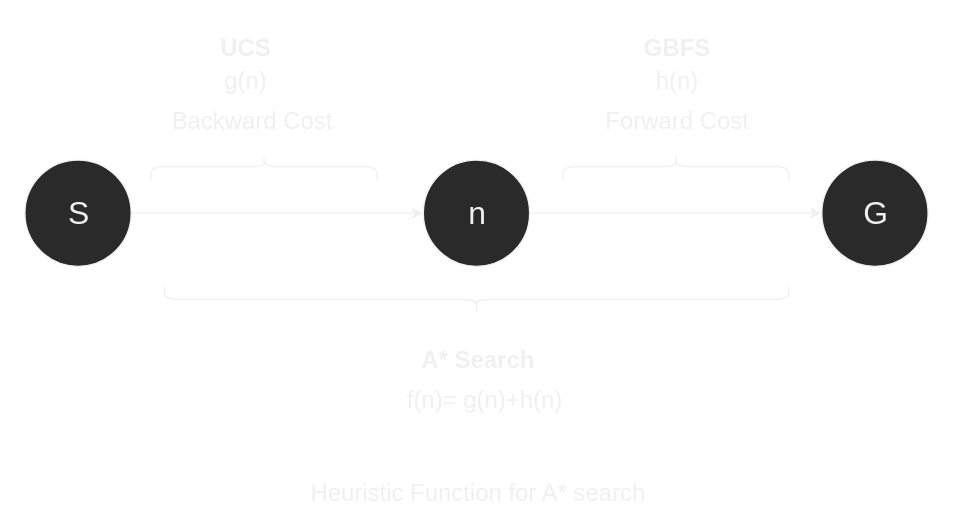
This is Artificial Intelligence/A Star heuristic funciton.svg from Arif-Foysal/obsidian, a draw.io export, as it was before one commit. Source tidied: cells renumbered, new cells last; positions are measured from the earlier drawing's top-left corner, leaving out a move shared by most shapes.
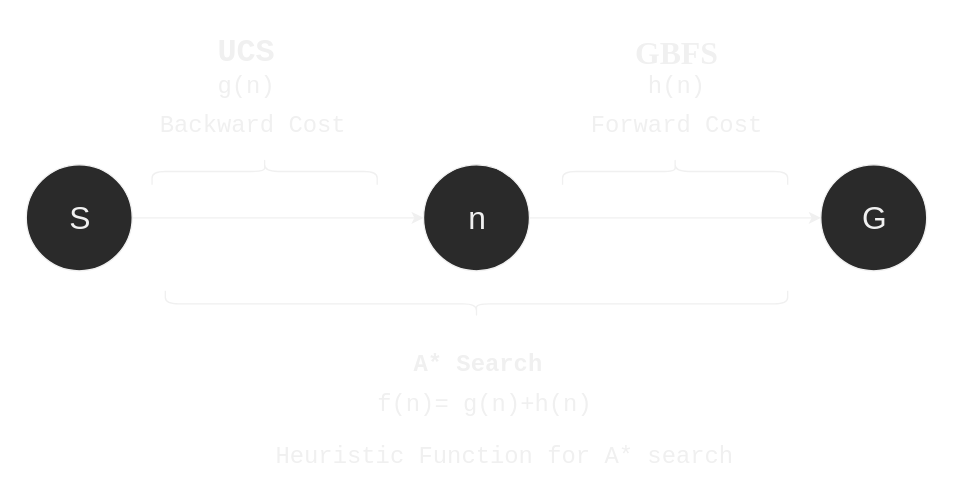
After the commit.

Change to the diagram source:
```diff
@@ -17,23 +17,23 @@
     <mxCell id="6" value="&lt;font style=&quot;font-size: 24px&quot;&gt;G&lt;/font&gt;" style="ellipse;whiteSpace=wrap;html=1;" parent="1" vertex="1">
       <mxGeometry x="600" y="130" width="80" height="80" as="geometry" />
     </mxCell>
-    <mxCell id="7" value="&lt;h2&gt;UCS&lt;/h2&gt;" style="text;html=1;align=center;verticalAlign=middle;strokeColor=none;" parent="1" vertex="1">
-      <mxGeometry x="140" y="20" width="50" height="50" as="geometry" />
+    <mxCell id="7" value="&lt;h2&gt;&lt;font face=&quot;Courier New&quot; style=&quot;font-size: 24px&quot;&gt;UCS&lt;/font&gt;&lt;/h2&gt;" style="text;html=1;align=center;verticalAlign=middle;strokeColor=none;" parent="1" vertex="1">
+      <mxGeometry x="135" y="20" width="60" height="50" as="geometry" />
     </mxCell>
-    <mxCell id="8" value="&lt;h2&gt;GBFS&lt;/h2&gt;" style="text;html=1;align=center;verticalAlign=middle;strokeColor=none;" parent="1" vertex="1">
-      <mxGeometry x="455" y="20" width="70" height="50" as="geometry" />
+    <mxCell id="8" value="&lt;h2&gt;&lt;font face=&quot;Lucida Console&quot; style=&quot;font-size: 24px&quot;&gt;GBFS&lt;/font&gt;&lt;/h2&gt;" style="text;html=1;align=center;verticalAlign=middle;strokeColor=none;" parent="1" vertex="1">
+      <mxGeometry x="450" y="20" width="80" height="50" as="geometry" />
     </mxCell>
-    <mxCell id="9" value="&lt;font style=&quot;font-size: 18px&quot;&gt;g(n)&lt;/font&gt;" style="text;html=1;align=center;verticalAlign=middle;strokeColor=none;" parent="1" vertex="1">
-      <mxGeometry x="140" y="60" width="50" height="20" as="geometry" />
+    <mxCell id="9" value="&lt;font style=&quot;font-size: 18px&quot; face=&quot;Courier New&quot;&gt;g(n)&lt;/font&gt;" style="text;html=1;align=center;verticalAlign=middle;strokeColor=none;" parent="1" vertex="1">
+      <mxGeometry x="135" y="60" width="60" height="20" as="geometry" />
     </mxCell>
-    <mxCell id="10" value="&lt;font style=&quot;font-size: 18px&quot;&gt;h(n)&lt;/font&gt;" style="text;html=1;align=center;verticalAlign=middle;strokeColor=none;" parent="1" vertex="1">
-      <mxGeometry x="465" y="60" width="50" height="20" as="geometry" />
+    <mxCell id="10" value="&lt;font style=&quot;font-size: 18px&quot; face=&quot;Courier New&quot;&gt;h(n)&lt;/font&gt;" style="text;html=1;align=center;verticalAlign=middle;strokeColor=none;" parent="1" vertex="1">
+      <mxGeometry x="460" y="60" width="60" height="20" as="geometry" />
     </mxCell>
-    <mxCell id="11" value="&lt;font style=&quot;font-size: 18px&quot;&gt;Backward Cost&lt;/font&gt;" style="text;html=1;align=center;verticalAlign=middle;strokeColor=none;" parent="1" vertex="1">
-      <mxGeometry x="100" y="90" width="140" height="20" as="geometry" />
+    <mxCell id="11" value="&lt;font style=&quot;font-size: 18px&quot; face=&quot;Courier New&quot;&gt;Backward Cost&lt;/font&gt;" style="text;html=1;align=center;verticalAlign=middle;strokeColor=none;" parent="1" vertex="1">
+      <mxGeometry x="90" y="90" width="160" height="20" as="geometry" />
     </mxCell>
-    <mxCell id="12" value="&lt;font style=&quot;font-size: 18px&quot;&gt;Forward Cost&lt;/font&gt;" style="text;html=1;align=center;verticalAlign=middle;strokeColor=none;" parent="1" vertex="1">
-      <mxGeometry x="430" y="90" width="120" height="20" as="geometry" />
+    <mxCell id="12" value="&lt;font style=&quot;font-size: 18px&quot; face=&quot;Courier New&quot;&gt;Forward Cost&lt;/font&gt;" style="text;html=1;align=center;verticalAlign=middle;strokeColor=none;" parent="1" vertex="1">
+      <mxGeometry x="415" y="90" width="150" height="20" as="geometry" />
     </mxCell>
     <mxCell id="13" style="shape=curlyBracket;whiteSpace=wrap;html=1;rounded=1;rotation=90;" parent="1" vertex="1">
       <mxGeometry x="170" y="50" width="20" height="170" as="geometry" />
@@ -44,14 +44,14 @@
     <mxCell id="15" style="shape=curlyBracket;whiteSpace=wrap;html=1;rounded=1;rotation=-90;" parent="1" vertex="1">
       <mxGeometry x="330" width="20" height="470" as="geometry" />
     </mxCell>
-    <mxCell id="16" value="&lt;font style=&quot;font-size: 18px&quot;&gt;f(n)= g(n)+h(n)&lt;/font&gt;" style="text;html=1;align=center;verticalAlign=middle;strokeColor=none;" parent="1" vertex="1">
-      <mxGeometry x="280" y="300" width="130" height="20" as="geometry" />
+    <mxCell id="16" value="&lt;font style=&quot;font-size: 18px&quot; face=&quot;Courier New&quot;&gt;f(n)= g(n)+h(n)&lt;/font&gt;" style="text;html=1;align=center;verticalAlign=middle;strokeColor=none;" parent="1" vertex="1">
+      <mxGeometry x="255" y="300" width="180" height="20" as="geometry" />
     </mxCell>
-    <mxCell id="17" value="&lt;font style=&quot;font-size: 18px&quot;&gt;Heuristic Function for A* search&lt;/font&gt;" style="text;html=1;align=center;verticalAlign=middle;strokeColor=none;" parent="1" vertex="1">
-      <mxGeometry x="205" y="370" width="270" height="20" as="geometry" />
+    <mxCell id="17" value="&lt;font style=&quot;font-size: 18px&quot; face=&quot;Courier New&quot;&gt;Heuristic Function for A* search&lt;/font&gt;" style="text;html=1;align=center;verticalAlign=middle;strokeColor=none;" parent="1" vertex="1">
+      <mxGeometry x="180" y="340" width="360" height="20" as="geometry" />
     </mxCell>
-    <mxCell id="18" value="&lt;h2&gt;A* Search&lt;/h2&gt;" style="text;html=1;align=center;verticalAlign=middle;strokeColor=none;" parent="1" vertex="1">
-      <mxGeometry x="290" y="255" width="100" height="50" as="geometry" />
+    <mxCell id="18" value="&lt;h2&gt;&lt;font face=&quot;Courier New&quot;&gt;A* Search&lt;/font&gt;&lt;/h2&gt;" style="text;html=1;align=center;verticalAlign=middle;strokeColor=none;" parent="1" vertex="1">
+      <mxGeometry x="285" y="255" width="110" height="50" as="geometry" />
     </mxCell>
   </root>
 </mxGraphModel>
```
